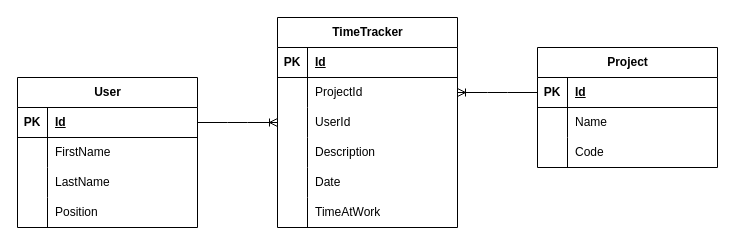
This is Description/TimeTrackingWorkSystem/TimeTrackingER.drawio from Fox5113/corporate-social-system, a draw.io file, before an edit. Source tidied: cells renumbered, new cells numbered last; positions are measured from the earlier drawing's top-left corner, leaving out a move shared by most shapes. Both pictures are drawn from the tidied source at 100%, with x=0, y=0 at pixel (17, 17).
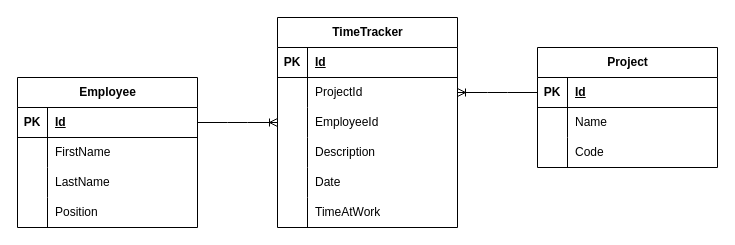
The same page after the edit.

Unchanged cells that the change refers to:
```xml
<mxCell id="32" style="shape=tableRow;horizontal=0;startSize=0;swimlaneHead=0;swimlaneBody=0;fillColor=none;points=[[0,0.5],[1,0.5]];portConstraint=eastwest;top=0;left=0;right=0;bottom=0;" parent="25" vertex="1">
  <mxGeometry y="90" width="180" height="30" as="geometry" />
</mxCell>
```

Diff of the diagram source:
```diff
@@
-    <mxCell id="2" value="User" style="shape=table;startSize=30;childLayout=tableLayout;rowLines=0;fontStyle=1;align=center;html=1;" parent="1" vertex="1">
+    <mxCell id="2" value="Employee" style="shape=table;startSize=30;childLayout=tableLayout;rowLines=0;fontStyle=1;align=center;html=1;" parent="1" vertex="1">
       <mxGeometry y="60" width="180" height="150" as="geometry" />
     </mxCell>
@@
-    <mxCell id="34" value="UserId" style="shape=partialRectangle;fillColor=none;top=0;left=0;bottom=0;right=0;align=left;spacingLeft=6;overflow=hidden;whiteSpace=wrap;html=1;" parent="32" vertex="1">
+    <mxCell id="34" value="EmployeeId" style="shape=partialRectangle;fillColor=none;top=0;left=0;bottom=0;right=0;align=left;spacingLeft=6;overflow=hidden;whiteSpace=wrap;html=1;" parent="32" vertex="1">
       <mxGeometry x="30" width="150" height="30" as="geometry" />
     </mxCell>
```
